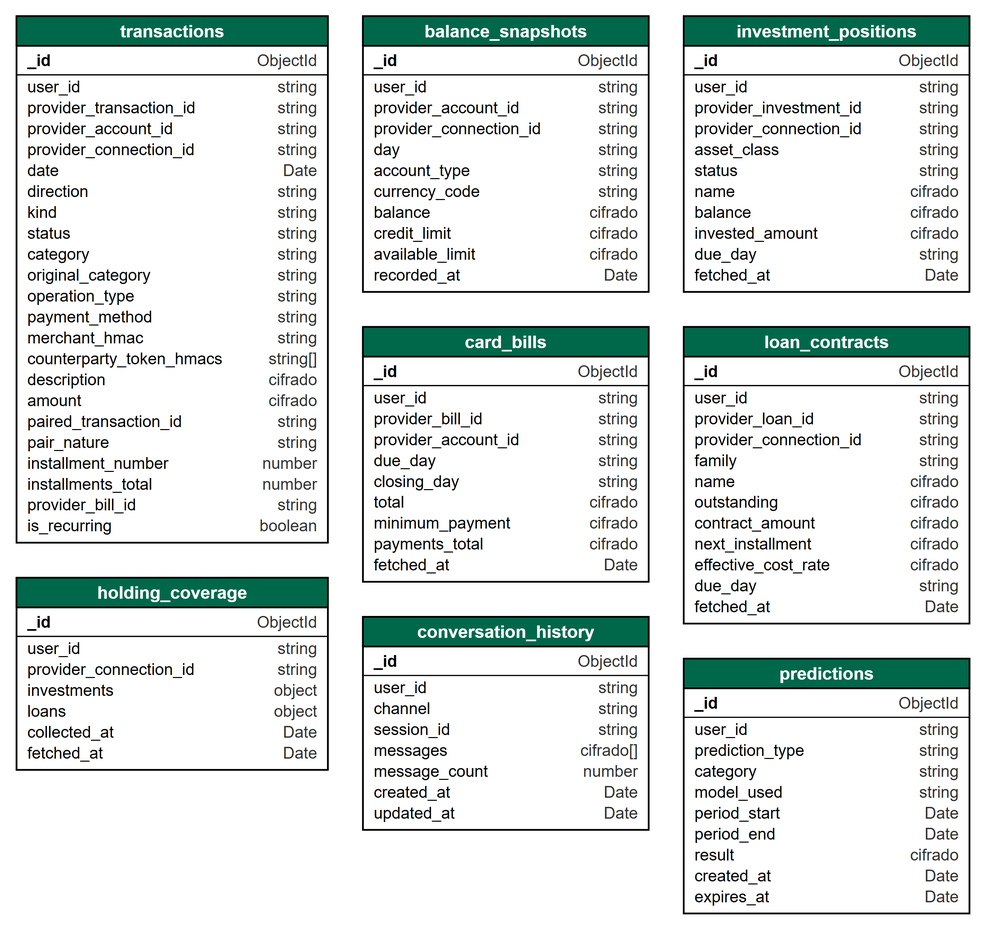
The PlantUML diagram images/mongo.png in eigam-corp/thesis, before a commit. Its source is kept beside it as puml/mongo.puml.
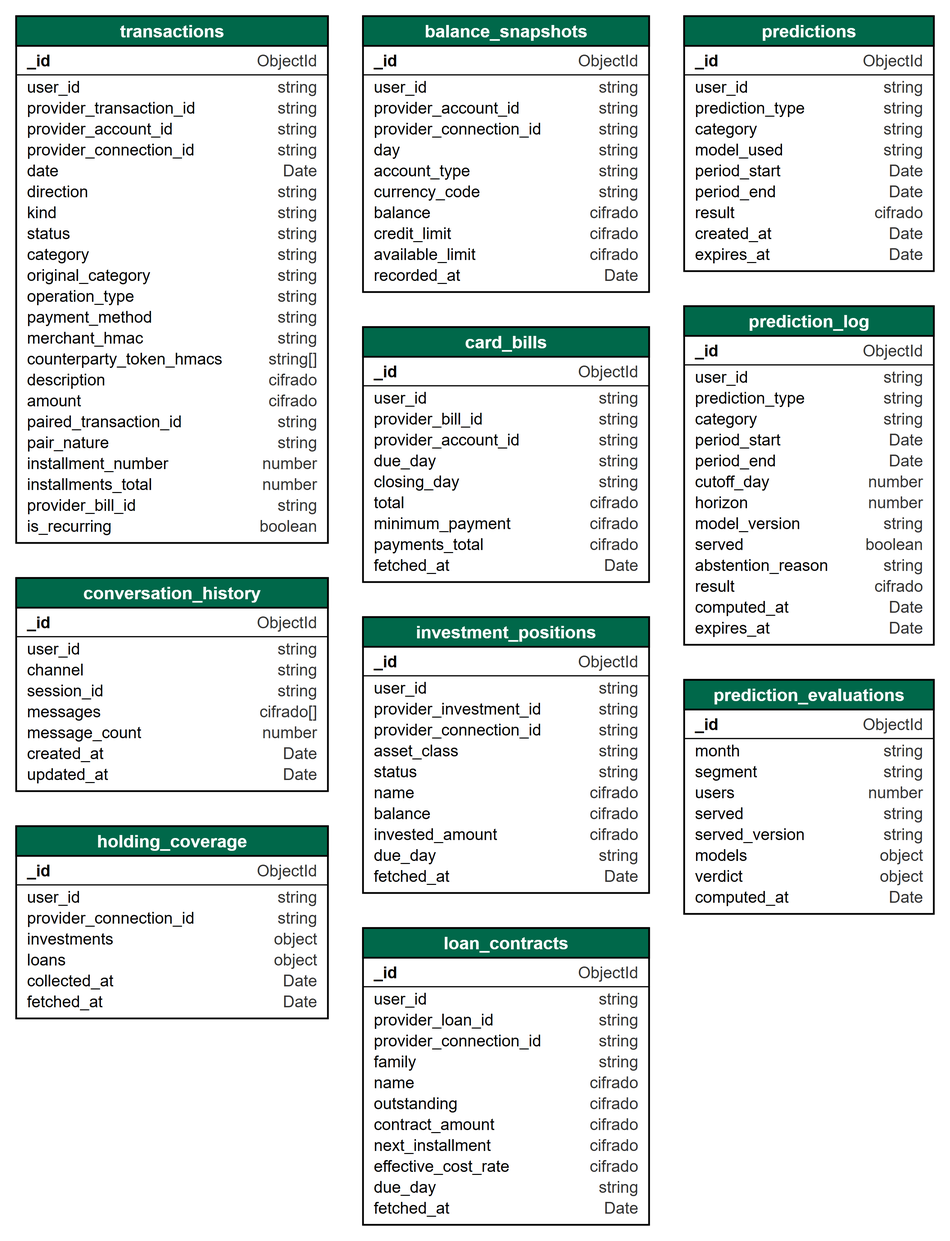
After the change.

What changed in the source:
```diff
@@ -131,6 +131,35 @@
     expires_at : Date
 }
 
+entity prediction_log {
+    _id : ObjectId
+    user_id : string
+    prediction_type : string
+    category : string
+    period_start : Date
+    period_end : Date
+    cutoff_day : number
+    horizon : number
+    model_version : string
+    served : boolean
+    abstention_reason : string
+    result : cifrado
+    computed_at : Date
+    expires_at : Date
+}
+
+entity prediction_evaluations {
+    _id : ObjectId
+    month : string
+    segment : string
+    users : number
+    served : string
+    served_version : string
+    models : object
+    verdict : object
+    computed_at : Date
+}
+
 transactions -[hidden]right- balance_snapshots
 balance_snapshots -[hidden]right- card_bills
 card_bills -[hidden]right- investment_positions
@@ -138,4 +167,6 @@
 loan_contracts -[hidden]right- holding_coverage
 holding_coverage -[hidden]right- conversation_history
 conversation_history -[hidden]right- predictions
+predictions -[hidden]down- prediction_log
+prediction_log -[hidden]down- prediction_evaluations
 @enduml
```
